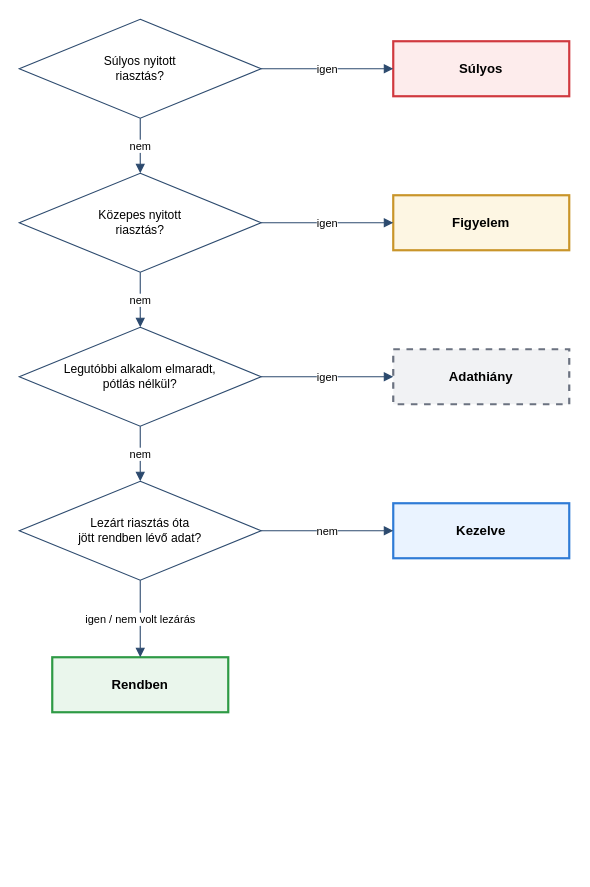
Earlier version of the draw.io diagram docs/M1/abrak/statusz_elallitas.drawio (szombatikoni/pulse). Source tidied: cells renumbered, new cells numbered last; positions are measured from the earlier drawing's top-left corner, leaving out a move shared by most shapes. Both pictures are drawn from the tidied source at 110%, with x=0, y=0 at pixel (19, 19).
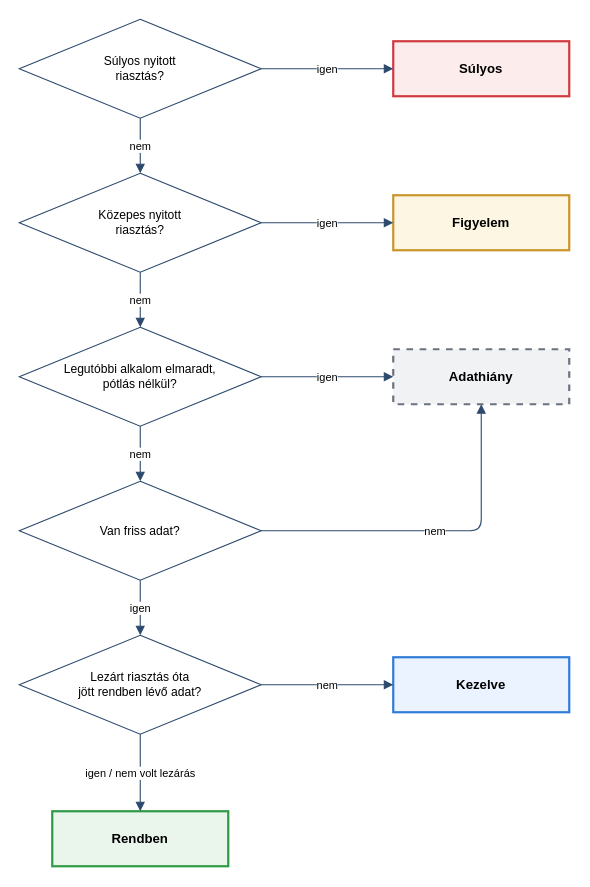
After the change.

Unchanged cells that the change refers to:
```xml
<mxCell id="4" value="Legutóbbi alkalom elmaradt,&lt;br&gt;pótlás nélkül?" style="rhombus;whiteSpace=wrap;html=1;fillColor=#FFFFFF;strokeColor=#2C4A6E;fontSize=11;" parent="1" vertex="1">
  <mxGeometry y="280" width="220" height="90" as="geometry" />
</mxCell>
<mxCell id="8" value="&lt;b&gt;Adathiány&lt;/b&gt;" style="rounded=0;whiteSpace=wrap;html=1;fillColor=#F1F2F4;strokeColor=#6B7280;strokeWidth=2;dashed=1;fontSize=12;" parent="1" vertex="1">
  <mxGeometry x="340" y="300" width="160" height="50" as="geometry" />
</mxCell>
```

The edit, as a diff of the source:
```diff
@@
+    <mxCell id="19" value="Van friss adat?" style="rhombus;whiteSpace=wrap;html=1;fillColor=#FFFFFF;strokeColor=#2C4A6E;fontSize=11;" parent="1" vertex="1">
+      <mxGeometry y="420" width="220" height="90" as="geometry" />
+    </mxCell>
     <mxCell id="5" value="Lezárt riasztás óta&lt;br&gt;jött rendben lévő adat?" style="rhombus;whiteSpace=wrap;html=1;fillColor=#FFFFFF;strokeColor=#2C4A6E;fontSize=11;" parent="1" vertex="1">
-      <mxGeometry y="420" width="220" height="90" as="geometry" />
+      <mxGeometry y="560" width="220" height="90" as="geometry" />
     </mxCell>
@@
     <mxCell id="9" value="&lt;b&gt;Kezelve&lt;/b&gt;" style="rounded=0;whiteSpace=wrap;html=1;fillColor=#EAF3FF;strokeColor=#2F7BD6;strokeWidth=2;fontSize=12;" parent="1" vertex="1">
-      <mxGeometry x="340" y="440" width="160" height="50" as="geometry" />
+      <mxGeometry x="340" y="580" width="160" height="50" as="geometry" />
     </mxCell>
     <mxCell id="10" value="&lt;b&gt;Rendben&lt;/b&gt;" style="rounded=0;whiteSpace=wrap;html=1;fillColor=#EAF6EC;strokeColor=#2E9A45;strokeWidth=2;fontSize=12;" parent="1" vertex="1">
-      <mxGeometry x="30" y="580" width="160" height="50" as="geometry" />
+      <mxGeometry x="30" y="720" width="160" height="50" as="geometry" />
     </mxCell>
@@
-    <mxCell id="16" value="nem" style="edgeStyle=orthogonalEdgeStyle;html=1;fontSize=10;endArrow=block;strokeColor=#2C4A6E;" parent="1" edge="1" source="4" target="5">
+    <mxCell id="16" value="nem" style="edgeStyle=orthogonalEdgeStyle;html=1;fontSize=10;endArrow=block;strokeColor=#2C4A6E;" parent="1" edge="1" source="4" target="19">
       <mxGeometry relative="1" as="geometry" />
     </mxCell>
+    <mxCell id="20" value="nem" style="edgeStyle=orthogonalEdgeStyle;html=1;fontSize=10;endArrow=block;strokeColor=#2C4A6E;exitX=1;exitY=0.5;entryX=0.5;entryY=1;" parent="1" edge="1" source="19" target="8">
+      <mxGeometry relative="1" as="geometry">
+        <Array as="points">
+          <mxPoint x="420" y="465" />
+        </Array>
+      </mxGeometry>
+    </mxCell>
+    <mxCell id="21" value="igen" style="edgeStyle=orthogonalEdgeStyle;html=1;fontSize=10;endArrow=block;strokeColor=#2C4A6E;" parent="1" edge="1" source="19" target="5">
+      <mxGeometry relative="1" as="geometry" />
+    </mxCell>
```
